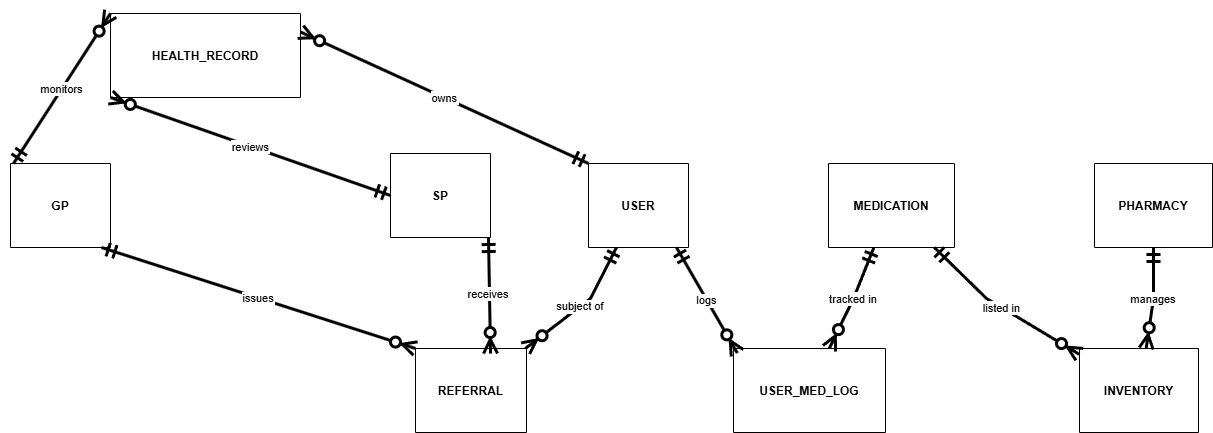
This is Motivation/CrowsER.drawio.png from Gsasl/Unified-Health-Record, a draw.io export, as it was before one commit. Source tidied: cells renumbered, new cells last; positions are measured from the earlier drawing's top-left corner, leaving out a move shared by most shapes.
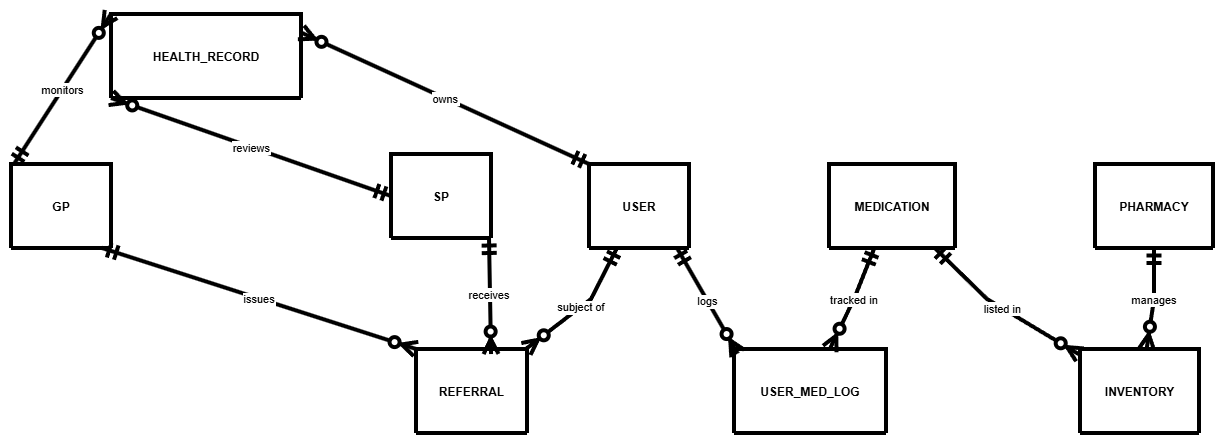
Later version of the same file.

Commit message:
Update ER diagrams with finalized layout and visibility

Change to the diagram source:
```diff
@@ -2,75 +2,75 @@
   <root>
     <mxCell id="0" />
     <mxCell id="1" parent="0" />
-    <mxCell id="2" value="GP" style="shape=table;startSize=84;rowLines=1;fontStyle=1;align=center;comic=0;" parent="1" vertex="1">
+    <mxCell id="2" value="GP" style="shape=table;startSize=84;rowLines=1;fontStyle=1;align=center;comic=0;strokeColor=light-dark(#000000,#33FF99);strokeWidth=4;" parent="1" vertex="1">
       <mxGeometry y="150" width="100" height="84" as="geometry" />
     </mxCell>
-    <mxCell id="3" value="HEALTH_RECORD" style="shape=table;startSize=84;rowLines=1;fontStyle=1;align=center;comic=0;" parent="1" vertex="1">
+    <mxCell id="3" value="HEALTH_RECORD" style="shape=table;startSize=84;rowLines=1;fontStyle=1;align=center;comic=0;strokeColor=light-dark(#000000,#33FF99);strokeWidth=4;" parent="1" vertex="1">
       <mxGeometry x="100" width="190" height="84" as="geometry" />
     </mxCell>
-    <mxCell id="4" value="SP" style="shape=table;startSize=84;rowLines=1;fontStyle=1;align=center;comic=0;" parent="1" vertex="1">
+    <mxCell id="4" value="SP" style="shape=table;startSize=84;rowLines=1;fontStyle=1;align=center;comic=0;strokeColor=light-dark(#000000,#33FF99);strokeWidth=4;" parent="1" vertex="1">
       <mxGeometry x="380" y="140" width="100" height="84" as="geometry" />
     </mxCell>
-    <mxCell id="5" value="USER" style="shape=table;startSize=84;rowLines=1;fontStyle=1;align=center;comic=0;" parent="1" vertex="1">
+    <mxCell id="5" value="USER" style="shape=table;startSize=84;rowLines=1;fontStyle=1;align=center;comic=0;strokeColor=light-dark(#000000,#33FF99);strokeWidth=4;" parent="1" vertex="1">
       <mxGeometry x="578" y="150" width="100" height="84" as="geometry" />
     </mxCell>
-    <mxCell id="6" value="REFERRAL" style="shape=table;startSize=84;rowLines=1;fontStyle=1;align=center;comic=0;" parent="1" vertex="1">
+    <mxCell id="6" value="REFERRAL" style="shape=table;startSize=84;rowLines=1;fontStyle=1;align=center;comic=0;strokeColor=light-dark(#000000,#33FF99);strokeWidth=4;" parent="1" vertex="1">
       <mxGeometry x="405" y="335" width="111" height="84" as="geometry" />
     </mxCell>
-    <mxCell id="7" value="USER_MED_LOG" style="shape=table;startSize=84;rowLines=1;fontStyle=1;align=center;comic=0;" parent="1" vertex="1">
+    <mxCell id="7" value="USER_MED_LOG" style="shape=table;startSize=84;rowLines=1;fontStyle=1;align=center;comic=0;strokeColor=light-dark(#000000,#33FF99);strokeWidth=4;" parent="1" vertex="1">
       <mxGeometry x="723" y="335" width="152" height="84" as="geometry" />
     </mxCell>
-    <mxCell id="8" value="MEDICATION" style="shape=table;startSize=84;rowLines=1;fontStyle=1;align=center;comic=0;" parent="1" vertex="1">
+    <mxCell id="8" value="MEDICATION" style="shape=table;startSize=84;rowLines=1;fontStyle=1;align=center;comic=0;strokeColor=light-dark(#000000,#33FF99);strokeWidth=4;" parent="1" vertex="1">
       <mxGeometry x="818" y="150" width="126" height="84" as="geometry" />
     </mxCell>
-    <mxCell id="9" value="PHARMACY" style="shape=table;startSize=84;rowLines=1;fontStyle=1;align=center;comic=0;" parent="1" vertex="1">
+    <mxCell id="9" value="PHARMACY" style="shape=table;startSize=84;rowLines=1;fontStyle=1;align=center;comic=0;strokeColor=light-dark(#000000,#33FF99);strokeWidth=4;" parent="1" vertex="1">
       <mxGeometry x="1084" y="150" width="118" height="84" as="geometry" />
     </mxCell>
-    <mxCell id="10" value="INVENTORY" style="shape=table;startSize=84;rowLines=1;fontStyle=1;align=center;comic=0;" parent="1" vertex="1">
+    <mxCell id="10" value="INVENTORY" style="shape=table;startSize=84;rowLines=1;fontStyle=1;align=center;comic=0;strokeColor=light-dark(#000000,#33FF99);strokeWidth=4;" parent="1" vertex="1">
       <mxGeometry x="1069" y="335" width="119" height="84" as="geometry" />
     </mxCell>
-    <mxCell id="11" value="monitors" style="curved=0;startArrow=ERmandOne;startSize=10;endArrow=ERzeroToMany;endSize=10;exitX=1;exitY=0;entryX=0;entryY=0;rounded=0;exitDx=0;exitDy=0;entryDx=0;entryDy=0;comic=0;strokeWidth=3;" parent="1" edge="1" target="3">
+    <mxCell id="11" value="monitors" style="curved=0;startArrow=ERmandOne;startSize=10;endArrow=ERzeroToMany;endSize=10;exitX=1;exitY=0;entryX=0;entryY=0;rounded=0;exitDx=0;exitDy=0;entryDx=0;entryDy=0;comic=0;strokeWidth=4;strokeColor=light-dark(#000000,#33FF99);" parent="1" edge="1" target="3">
       <mxGeometry relative="1" as="geometry">
         <mxPoint x="3" y="150" as="sourcePoint" />
       </mxGeometry>
     </mxCell>
-    <mxCell id="12" value="reviews" style="curved=0;startArrow=ERmandOne;startSize=10;endArrow=ERzeroToMany;endSize=10;rounded=0;entryX=0;entryY=1;entryDx=0;entryDy=0;comic=0;strokeWidth=3;exitX=0;exitY=0.5;exitDx=0;exitDy=0;" parent="1" edge="1" source="4" target="3">
+    <mxCell id="12" value="reviews" style="curved=0;startArrow=ERmandOne;startSize=10;endArrow=ERzeroToMany;endSize=10;rounded=0;entryX=0;entryY=1;entryDx=0;entryDy=0;comic=0;strokeWidth=4;exitX=0;exitY=0.5;exitDx=0;exitDy=0;strokeColor=light-dark(#000000,#33FF99);" parent="1" edge="1" source="4" target="3">
       <mxGeometry relative="1" as="geometry" />
     </mxCell>
-    <mxCell id="13" value="owns" style="curved=0;startArrow=ERmandOne;startSize=10;endArrow=ERzeroToMany;endSize=10;entryX=1;entryY=0.22;rounded=0;comic=0;strokeWidth=3;exitX=0;exitY=0;exitDx=0;exitDy=0;" parent="1" edge="1" source="5" target="3">
+    <mxCell id="13" value="owns" style="curved=0;startArrow=ERmandOne;startSize=10;endArrow=ERzeroToMany;endSize=10;entryX=1;entryY=0.22;rounded=0;comic=0;strokeWidth=4;exitX=0;exitY=0;exitDx=0;exitDy=0;strokeColor=light-dark(#000000,#33FF99);" parent="1" edge="1" source="5" target="3">
       <mxGeometry relative="1" as="geometry" />
     </mxCell>
-    <mxCell id="14" value="issues" style="curved=0;startArrow=ERmandOne;startSize=10;endArrow=ERzeroToMany;endSize=10;exitX=0.91;exitY=1;rounded=0;comic=0;strokeWidth=3;entryX=0;entryY=0;entryDx=0;entryDy=0;" parent="1" edge="1" source="2" target="6">
+    <mxCell id="14" value="issues" style="curved=0;startArrow=ERmandOne;startSize=10;endArrow=ERzeroToMany;endSize=10;exitX=0.91;exitY=1;rounded=0;comic=0;strokeWidth=4;entryX=0;entryY=0;entryDx=0;entryDy=0;strokeColor=light-dark(#000000,#33FF99);" parent="1" edge="1" source="2" target="6">
       <mxGeometry relative="1" as="geometry" />
     </mxCell>
-    <mxCell id="15" value="receives" style="curved=0;startArrow=ERmandOne;startSize=10;endArrow=ERzeroToMany;endSize=10;exitX=0.98;exitY=1;rounded=0;comic=0;strokeWidth=3;entryX=0.676;entryY=0.06;entryDx=0;entryDy=0;entryPerimeter=0;" parent="1" edge="1" source="4" target="6">
+    <mxCell id="15" value="receives" style="curved=0;startArrow=ERmandOne;startSize=10;endArrow=ERzeroToMany;endSize=10;exitX=0.98;exitY=1;rounded=0;comic=0;strokeWidth=4;entryX=0.676;entryY=0.06;entryDx=0;entryDy=0;entryPerimeter=0;strokeColor=light-dark(#000000,#33FF99);" parent="1" edge="1" source="4" target="6">
       <mxGeometry x="-0.04" y="-1" relative="1" as="geometry" />
     </mxCell>
-    <mxCell id="16" value="subject of" style="curved=0;startArrow=ERmandOne;startSize=10;endArrow=ERzeroToMany;endSize=10;exitX=0.28;exitY=1;entryX=0.99;entryY=0;rounded=0;comic=0;strokeWidth=3;" parent="1" edge="1" source="5" target="6">
+    <mxCell id="16" value="subject of" style="curved=0;startArrow=ERmandOne;startSize=10;endArrow=ERzeroToMany;endSize=10;exitX=0.28;exitY=1;entryX=0.99;entryY=0;rounded=0;comic=0;strokeWidth=4;strokeColor=light-dark(#000000,#33FF99);" parent="1" edge="1" source="5" target="6">
       <mxGeometry relative="1" as="geometry">
         <Array as="points">
           <mxPoint x="580" y="285" />
         </Array>
       </mxGeometry>
     </mxCell>
-    <mxCell id="17" value="logs" style="curved=0;startArrow=ERmandOne;startSize=10;endArrow=ERzeroToMany;endSize=10;exitX=0.88;exitY=1;rounded=0;comic=0;strokeWidth=3;entryX=0.025;entryY=0.054;entryDx=0;entryDy=0;entryPerimeter=0;" parent="1" edge="1" source="5" target="7">
+    <mxCell id="17" value="logs" style="curved=0;startArrow=ERmandOne;startSize=10;endArrow=ERzeroToMany;endSize=10;exitX=0.88;exitY=1;rounded=0;comic=0;strokeWidth=4;entryX=0.025;entryY=0.054;entryDx=0;entryDy=0;entryPerimeter=0;strokeColor=light-dark(#000000,#33FF99);" parent="1" edge="1" source="5" target="7">
       <mxGeometry relative="1" as="geometry" />
     </mxCell>
-    <mxCell id="18" value="tracked in" style="curved=0;startArrow=ERmandOne;startSize=10;endArrow=ERzeroToMany;endSize=10;exitX=0.36;exitY=1;entryX=0.63;entryY=0;rounded=0;comic=0;strokeWidth=3;" parent="1" edge="1" source="8" target="7">
+    <mxCell id="18" value="tracked in" style="curved=0;startArrow=ERmandOne;startSize=10;endArrow=ERzeroToMany;endSize=10;exitX=0.36;exitY=1;entryX=0.63;entryY=0;rounded=0;comic=0;strokeWidth=4;strokeColor=light-dark(#000000,#33FF99);" parent="1" edge="1" source="8" target="7">
       <mxGeometry relative="1" as="geometry">
         <Array as="points">
           <mxPoint x="843" y="285" />
         </Array>
       </mxGeometry>
     </mxCell>
-    <mxCell id="19" value="manages" style="curved=0;startArrow=ERmandOne;startSize=10;endArrow=ERzeroToMany;endSize=10;exitX=0.5;exitY=1;entryX=0.56;entryY=0;rounded=0;comic=0;strokeWidth=3;" parent="1" edge="1" source="9" target="10">
+    <mxCell id="19" value="manages" style="curved=0;startArrow=ERmandOne;startSize=10;endArrow=ERzeroToMany;endSize=10;exitX=0.5;exitY=1;entryX=0.56;entryY=0;rounded=0;comic=0;strokeWidth=4;strokeColor=light-dark(#000000,#33FF99);" parent="1" edge="1" source="9" target="10">
       <mxGeometry relative="1" as="geometry">
         <Array as="points">
           <mxPoint x="1143" y="285" />
         </Array>
       </mxGeometry>
     </mxCell>
-    <mxCell id="20" value="listed in" style="curved=0;startArrow=ERmandOne;startSize=10;endArrow=ERzeroToMany;endSize=10;exitX=0.84;exitY=1;entryX=0;entryY=0.07;rounded=0;comic=0;strokeWidth=3;" parent="1" edge="1" source="8" target="10">
+    <mxCell id="20" value="listed in" style="curved=0;startArrow=ERmandOne;startSize=10;endArrow=ERzeroToMany;endSize=10;exitX=0.84;exitY=1;entryX=0;entryY=0.07;rounded=0;comic=0;strokeWidth=4;strokeColor=light-dark(#000000,#33FF99);" parent="1" edge="1" source="8" target="10">
       <mxGeometry relative="1" as="geometry">
         <Array as="points">
           <mxPoint x="976" y="285" />
```
